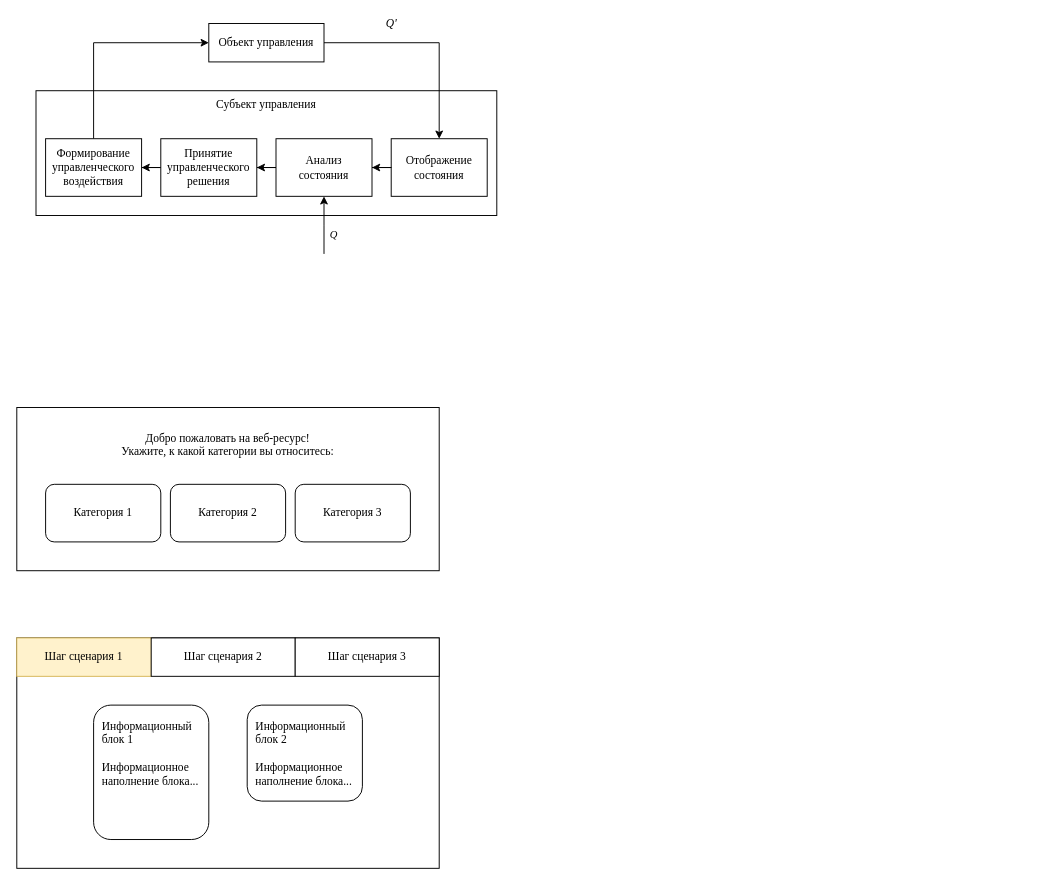
This is shema_uprav.drawio from obscurya/draw.io, a draw.io file, before an edit. Source tidied: cells renumbered, new cells numbered last; positions are measured from the earlier drawing's top-left corner, leaving out a move shared by most shapes. Both pictures are drawn from the tidied source at 96%, with x=0, y=0 at pixel (16, 23).
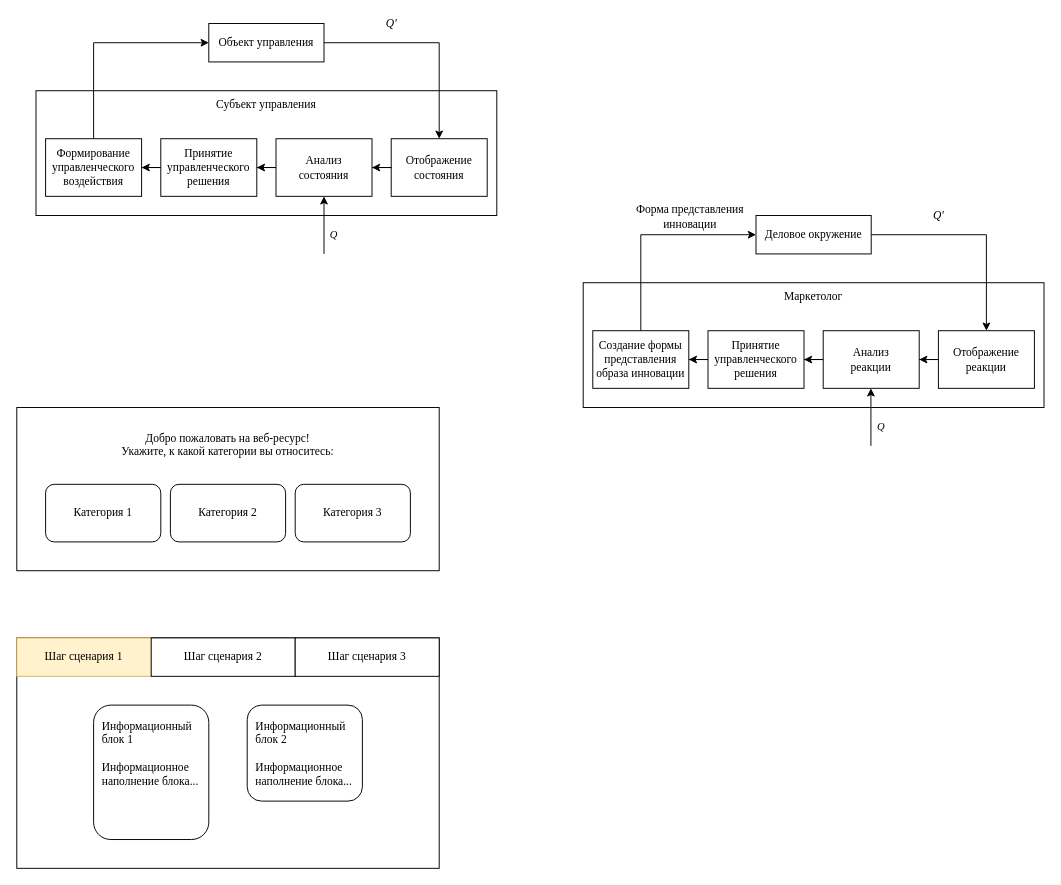
The same diagram, later.

What changed in the source:
```diff
@@
+    <mxCell id="24" value="Маркетолог" style="rounded=0;whiteSpace=wrap;html=1;fontFamily=Times New Roman;align=center;verticalAlign=top;" parent="1" vertex="1">
+      <mxGeometry x="590" y="270" width="480" height="130" as="geometry" />
+    </mxCell>
+    <mxCell id="25" value="&lt;i&gt;&amp;nbsp;Q'&amp;nbsp;&lt;/i&gt;" style="edgeStyle=orthogonalEdgeStyle;rounded=0;jettySize=auto;html=1;fontFamily=Times New Roman;fontSize=12;" parent="1" edge="1" source="26" target="34">
+      <mxGeometry x="-0.36" y="20" relative="1" as="geometry" />
+    </mxCell>
+    <mxCell id="26" value="Деловое окружение" style="rounded=0;whiteSpace=wrap;html=1;fontFamily=Times New Roman;" parent="1" vertex="1">
+      <mxGeometry x="770" y="200" width="120" height="40" as="geometry" />
+    </mxCell>
+    <mxCell id="27" style="edgeStyle=orthogonalEdgeStyle;rounded=0;jettySize=auto;html=1;fontFamily=Times New Roman;" parent="1" edge="1" source="28" target="30">
+      <mxGeometry relative="1" as="geometry" />
+    </mxCell>
+    <mxCell id="28" value="Анализ&lt;br&gt;реакции" style="rounded=0;whiteSpace=wrap;html=1;fontFamily=Times New Roman;" parent="1" vertex="1">
+      <mxGeometry x="840" y="320" width="100" height="60" as="geometry" />
+    </mxCell>
+    <mxCell id="29" style="edgeStyle=orthogonalEdgeStyle;rounded=0;jettySize=auto;html=1;fontFamily=Times New Roman;" parent="1" edge="1" source="30" target="33">
+      <mxGeometry relative="1" as="geometry" />
+    </mxCell>
+    <mxCell id="30" value="Принятие&lt;br&gt;управленческого&lt;br&gt;решения&lt;br&gt;" style="rounded=0;whiteSpace=wrap;html=1;fontFamily=Times New Roman;" parent="1" vertex="1">
+      <mxGeometry x="720" y="320" width="100" height="60" as="geometry" />
+    </mxCell>
+    <mxCell id="31" style="edgeStyle=orthogonalEdgeStyle;rounded=0;jettySize=auto;html=1;exitX=0.5;exitY=0;exitDx=0;exitDy=0;entryX=0;entryY=0.5;entryDx=0;entryDy=0;fontFamily=Times New Roman;" parent="1" edge="1" source="33" target="26">
+      <mxGeometry relative="1" as="geometry" />
+    </mxCell>
+    <mxCell id="32" value="&lt;font face=&quot;Times New Roman&quot;&gt;Форма представления&lt;br&gt;инновации&lt;br&gt;&lt;/font&gt;" style="text;html=1;align=center;verticalAlign=middle;labelBackgroundColor=#ffffff;" parent="31" vertex="1">
+      <mxGeometry x="-0.1" y="-41" relative="1" as="geometry">
+        <mxPoint x="9" y="-21" as="offset" />
+      </mxGeometry>
+    </mxCell>
+    <mxCell id="33" value="Создание формы представления образа инновации&lt;br&gt;" style="rounded=0;whiteSpace=wrap;html=1;fontFamily=Times New Roman;" parent="1" vertex="1">
+      <mxGeometry x="600" y="320" width="100" height="60" as="geometry" />
+    </mxCell>
+    <mxCell id="34" value="Отображение&lt;br&gt;реакции" style="rounded=0;whiteSpace=wrap;html=1;fontFamily=Times New Roman;" parent="1" vertex="1">
+      <mxGeometry x="960" y="320" width="100" height="60" as="geometry" />
+    </mxCell>
+    <mxCell id="35" style="edgeStyle=orthogonalEdgeStyle;rounded=0;jettySize=auto;html=1;fontFamily=Times New Roman;exitX=0;exitY=0.5;exitDx=0;exitDy=0;" parent="1" edge="1" source="34" target="28">
+      <mxGeometry relative="1" as="geometry" />
+    </mxCell>
+    <mxCell id="36" value="Q" style="edgeStyle=orthogonalEdgeStyle;rounded=0;jettySize=auto;html=1;fontFamily=Times New Roman;fontStyle=2;" parent="1" edge="1" target="28">
+      <mxGeometry x="0.01" y="-15" relative="1" as="geometry">
+        <mxPoint x="889.7" y="439.9" as="sourcePoint" />
+        <Array as="points">
+          <mxPoint x="890" y="410" />
+          <mxPoint x="890" y="410" />
+        </Array>
+        <mxPoint x="-5" y="10" as="offset" />
+      </mxGeometry>
+    </mxCell>
```
